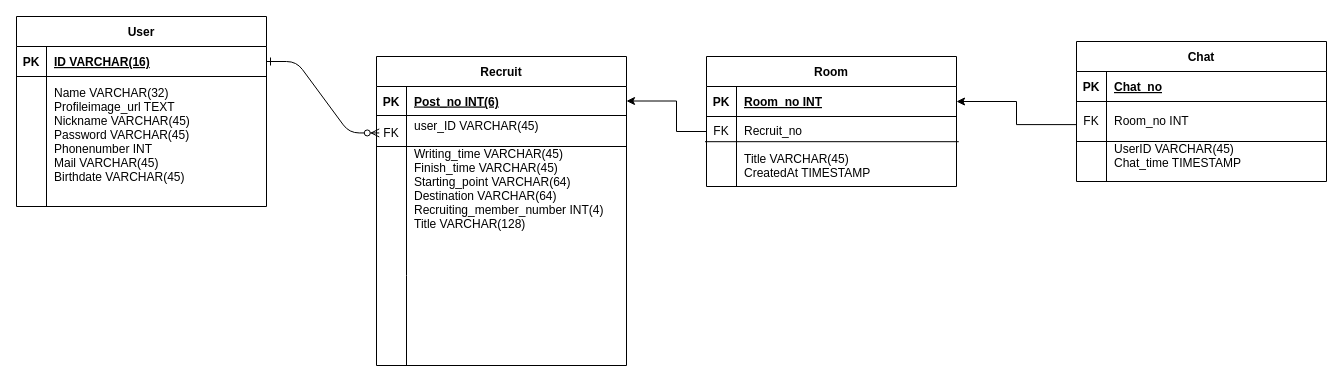
The draw.io diagram erd.drawio in YEOMJINSEOP/Tayong, before the edit. Source tidied: cells renumbered, new cells numbered last; positions are measured from the earlier drawing's top-left corner, leaving out a move shared by most shapes. Both pictures are drawn from the tidied source at 100%, with x=0, y=0 at pixel (16, 16).
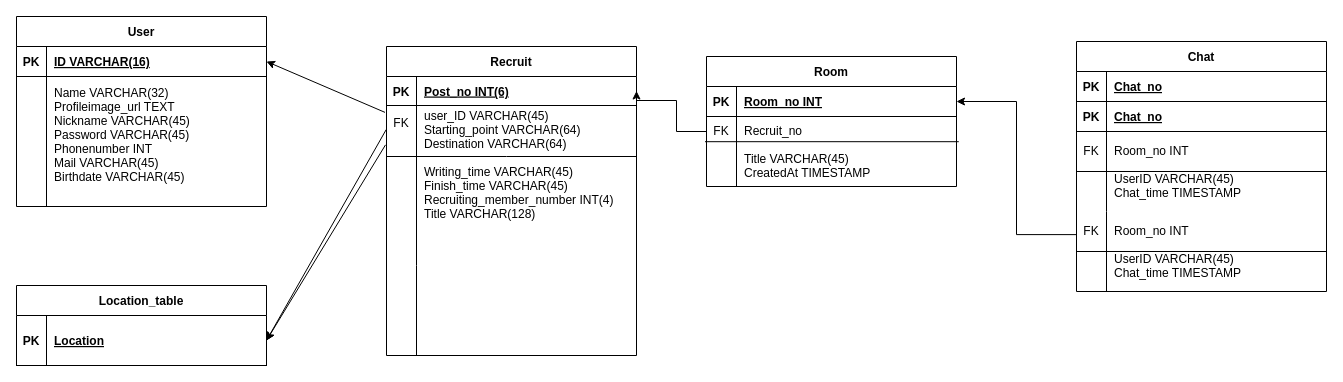
Above is the later version.

The change refers to these unchanged cells:
```xml
<mxCell id="7" style="shape=partialRectangle;fillColor=none;points=[[0,0.5],[1,0.5]];portConstraint=eastwest;top=0;left=0;right=0;bottom=0;" parent="3" vertex="1">
  <mxGeometry y="59" width="250" height="160" as="geometry" />
</mxCell>
<mxCell id="15" style="shape=partialRectangle;fillColor=none;points=[[0,0.5],[1,0.5]];portConstraint=eastwest;top=0;left=0;right=0;bottom=1;" parent="14" vertex="1">
  <mxGeometry y="30" width="250" height="30" as="geometry" />
</mxCell>
```

The edit, as a diff of the source:
```diff
@@
-    <mxCell id="2" style="edgeStyle=entityRelationEdgeStyle;endArrow=ERzeroToMany;startArrow=ERone;endFill=1;startFill=0;entryX=0.011;entryY=0.109;entryDx=0;entryDy=0;entryPerimeter=0;" parent="1" edge="1" source="15" target="7">
-      <mxGeometry relative="1" as="geometry" />
-    </mxCell>
     <mxCell id="3" value="Recruit" style="shape=table;startSize=30;childLayout=tableLayout;rowLines=0;fontStyle=1;align=center;" parent="1" vertex="1">
-      <mxGeometry x="360" y="40" width="250" height="309" as="geometry" />
+      <mxGeometry x="370" y="30" width="250" height="309" as="geometry" />
     </mxCell>
@@
+    <mxCell id="13" style="endArrow=none;html=1;rounded=0;" parent="3" edge="1">
+      <mxGeometry relative="1" as="geometry">
+        <mxPoint y="110" as="sourcePoint" />
+        <mxPoint x="250" y="110" as="targetPoint" />
+        <Array as="points">
+          <mxPoint x="120" y="110" />
+        </Array>
+      </mxGeometry>
+    </mxCell>
@@
-    <mxCell id="9" value="user_ID VARCHAR(45)&#10;&#10;Writing_time VARCHAR(45)&#10;Finish_time VARCHAR(45)&#10;Starting_point VARCHAR(64)&#10;Destination VARCHAR(64)&#10;Recruiting_member_number INT(4)&#10;Title VARCHAR(128)&#10;&#10;&#10;" style="shape=partialRectangle;overflow=hidden;fillColor=none;top=0;left=0;bottom=0;right=0;align=left;spacingLeft=6;" parent="7" vertex="1">
+    <mxCell id="9" value="user_ID VARCHAR(45)&#10;Starting_point VARCHAR(64)&#10;Destination VARCHAR(64)&#10;&#10;Writing_time VARCHAR(45)&#10;Finish_time VARCHAR(45)&#10;Recruiting_member_number INT(4)&#10;Title VARCHAR(128)&#10;&#10;&#10;" style="shape=partialRectangle;overflow=hidden;fillColor=none;top=0;left=0;bottom=0;right=0;align=left;spacingLeft=6;" parent="7" vertex="1">
       <mxGeometry x="30" width="220" height="160" as="geometry" />
     </mxCell>
@@
-    <mxCell id="13" style="endArrow=none;html=1;rounded=0;" parent="3" edge="1">
-      <mxGeometry relative="1" as="geometry">
-        <mxPoint y="90" as="sourcePoint" />
-        <mxPoint x="250" y="90" as="targetPoint" />
-      </mxGeometry>
-    </mxCell>
@@
     <mxCell id="29" value="Chat" style="shape=table;startSize=30;childLayout=tableLayout;rowLines=0;fontStyle=1;align=center;" parent="1" vertex="1">
-      <mxGeometry x="1060" y="25" width="250" height="140" as="geometry" />
+      <mxGeometry x="1060" y="25" width="250" height="250" as="geometry" />
     </mxCell>
@@
+    <mxCell id="39" style="shape=partialRectangle;fillColor=none;top=0;left=0;right=0;bottom=1;" parent="29" vertex="1">
+      <mxGeometry y="60" width="250" height="30" as="geometry" />
+    </mxCell>
+    <mxCell id="40" value="PK" style="shape=partialRectangle;overflow=hidden;fillColor=none;top=0;left=0;bottom=0;right=0;fontStyle=1;" parent="39" vertex="1">
+      <mxGeometry width="30" height="30" as="geometry" />
+    </mxCell>
+    <mxCell id="41" value="Chat_no" style="shape=partialRectangle;overflow=hidden;fillColor=none;top=0;left=0;bottom=0;right=0;align=left;spacingLeft=6;fontStyle=5;" parent="39" vertex="1">
+      <mxGeometry x="30" width="220" height="30" as="geometry" />
+    </mxCell>
+    <mxCell id="42" style="shape=partialRectangle;fillColor=none;points=[[0,0.5],[1,0.5]];portConstraint=eastwest;top=0;left=0;right=0;bottom=0;" parent="29" vertex="1">
+      <mxGeometry y="90" width="250" height="80" as="geometry" />
+    </mxCell>
+    <mxCell id="43" value="FK&#10;&#10;&#10;" style="shape=partialRectangle;overflow=hidden;fillColor=none;top=0;left=0;bottom=0;right=0;" parent="42" vertex="1">
+      <mxGeometry width="30" height="80" as="geometry" />
+    </mxCell>
+    <mxCell id="44" value="Room_no INT&#10;&#10;UserID VARCHAR(45)&#10;Chat_time TIMESTAMP " style="shape=partialRectangle;overflow=hidden;fillColor=none;top=0;left=0;bottom=0;right=0;align=left;spacingLeft=6;" parent="42" vertex="1">
+      <mxGeometry x="30" width="220" height="80" as="geometry" />
+    </mxCell>
     <mxCell id="33" style="shape=partialRectangle;fillColor=none;points=[[0,0.5],[1,0.5]];portConstraint=eastwest;top=0;left=0;right=0;bottom=0;" parent="29" vertex="1">
-      <mxGeometry y="60" width="250" height="80" as="geometry" />
+      <mxGeometry y="170" width="250" height="80" as="geometry" />
     </mxCell>
@@
+    <mxCell id="45" style="endArrow=none;html=1;rounded=0;exitX=0;exitY=0.5;exitDx=0;exitDy=0;entryX=1;entryY=0.5;entryDx=0;entryDy=0;" parent="29" edge="1" source="42" target="42">
+      <mxGeometry relative="1" as="geometry" />
+    </mxCell>
@@
+    <mxCell id="46" value="Location_table" style="shape=table;startSize=30;childLayout=tableLayout;rowLines=0;fontStyle=1;align=center;" parent="1" vertex="1">
+      <mxGeometry y="269" width="250" height="80" as="geometry" />
+    </mxCell>
+    <mxCell id="47" style="shape=partialRectangle;fillColor=none;points=[[0,0.5],[1,0.5]];portConstraint=eastwest;top=0;left=0;right=0;bottom=1;" parent="46" vertex="1">
+      <mxGeometry y="30" width="250" height="50" as="geometry" />
+    </mxCell>
+    <mxCell id="48" value="PK" style="shape=partialRectangle;overflow=hidden;fillColor=none;top=0;left=0;bottom=0;right=0;fontStyle=1;" parent="47" vertex="1">
+      <mxGeometry width="30" height="50" as="geometry" />
+    </mxCell>
+    <mxCell id="49" value="Location" style="shape=partialRectangle;overflow=hidden;fillColor=none;top=0;left=0;bottom=0;right=0;align=left;spacingLeft=6;fontStyle=5;" parent="47" vertex="1">
+      <mxGeometry x="30" width="220" height="50" as="geometry" />
+    </mxCell>
+    <mxCell id="50" style="endArrow=classic;html=1;rounded=0;entryX=1;entryY=0.5;entryDx=0;entryDy=0;exitX=-0.006;exitY=0.043;exitDx=0;exitDy=0;exitPerimeter=0;" parent="1" edge="1" source="7" target="15">
+      <mxGeometry relative="1" as="geometry" />
+    </mxCell>
+    <mxCell id="51" style="endArrow=classic;html=1;rounded=0;entryX=1;entryY=0.5;entryDx=0;entryDy=0;exitX=-0.001;exitY=0.15;exitDx=0;exitDy=0;exitPerimeter=0;" parent="1" edge="1" source="7" target="47">
+      <mxGeometry relative="1" as="geometry" />
+    </mxCell>
+    <mxCell id="52" style="endArrow=classic;html=1;rounded=0;entryX=1;entryY=0.5;entryDx=0;entryDy=0;exitX=-0.004;exitY=0.246;exitDx=0;exitDy=0;exitPerimeter=0;" parent="1" edge="1" source="7" target="47">
+      <mxGeometry relative="1" as="geometry" />
+    </mxCell>
```
